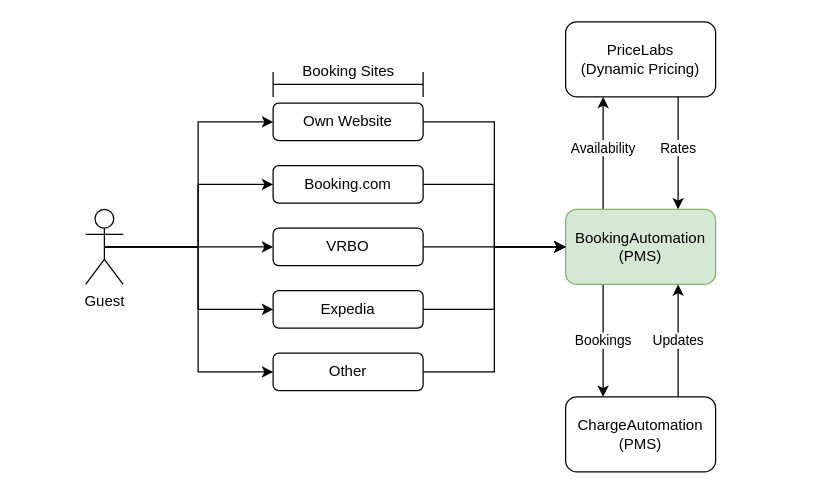
This is DriftwoodVilla.drawio from Carbon-Labs/Diagrams, a draw.io file, before an edit. Source tidied: cells renumbered, new cells numbered last; positions are measured from the earlier drawing's top-left corner, leaving out a move shared by most shapes. Both pictures are drawn from the tidied source at 125%, with x=0, y=0 at pixel (85, 21).
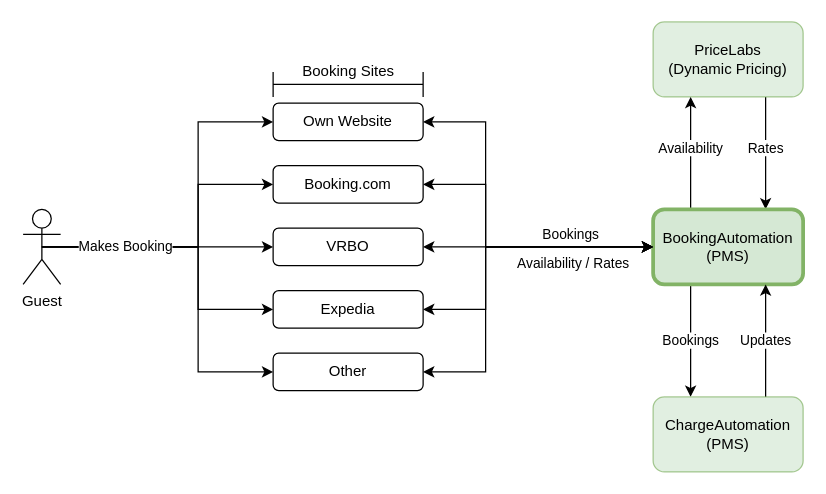
The same diagram, later.

Unchanged cells that the change refers to:
```xml
<mxCell id="12" value="Booking.com" style="rounded=1;whiteSpace=wrap;html=1;" parent="1" vertex="1">
  <mxGeometry x="150" y="115" width="120" height="30" as="geometry" />
</mxCell>
<mxCell id="14" value="VRBO" style="rounded=1;whiteSpace=wrap;html=1;" parent="1" vertex="1">
  <mxGeometry x="150" y="165" width="120" height="30" as="geometry" />
</mxCell>
<mxCell id="16" value="Own Website" style="rounded=1;whiteSpace=wrap;html=1;" parent="1" vertex="1">
  <mxGeometry x="150" y="65" width="120" height="30" as="geometry" />
</mxCell>
<mxCell id="18" value="Expedia" style="rounded=1;whiteSpace=wrap;html=1;" parent="1" vertex="1">
  <mxGeometry x="150" y="215" width="120" height="30" as="geometry" />
</mxCell>
<mxCell id="20" value="Other" style="rounded=1;whiteSpace=wrap;html=1;" parent="1" vertex="1">
  <mxGeometry x="150" y="265" width="120" height="30" as="geometry" />
</mxCell>
```

Change to the diagram source:
```diff
@@
-    <mxCell id="4" value="PriceLabs&lt;br&gt;(Dynamic Pricing)" style="rounded=1;whiteSpace=wrap;html=1;" parent="1" vertex="1">
-      <mxGeometry x="384" width="120" height="60" as="geometry" />
+    <mxCell id="4" value="PriceLabs&lt;br&gt;(Dynamic Pricing)" style="rounded=1;whiteSpace=wrap;html=1;fillColor=#d5e8d4;strokeColor=#82b366;opacity=70;" parent="1" vertex="1">
+      <mxGeometry x="454" width="120" height="60" as="geometry" />
     </mxCell>
@@
+    <mxCell id="29" style="edgeStyle=orthogonalEdgeStyle;rounded=0;jettySize=auto;html=1;exitX=0;exitY=0.5;exitDx=0;exitDy=0;entryX=1;entryY=0.5;entryDx=0;entryDy=0;startArrow=classic;startFill=1;" parent="1" edge="1" source="8" target="14">
+      <mxGeometry relative="1" as="geometry" />
+    </mxCell>
-    <mxCell id="8" value="BookingAutomation&lt;br&gt;(PMS)" style="rounded=1;whiteSpace=wrap;html=1;fillColor=#d5e8d4;strokeColor=#82b366;" parent="1" vertex="1">
-      <mxGeometry x="384" y="150" width="120" height="60" as="geometry" />
+    <mxCell id="8" value="BookingAutomation&lt;br&gt;(PMS)" style="rounded=1;whiteSpace=wrap;html=1;fillColor=#d5e8d4;strokeColor=#82b366;strokeWidth=3;" parent="1" vertex="1">
+      <mxGeometry x="454" y="150" width="120" height="60" as="geometry" />
     </mxCell>
@@
-    <mxCell id="10" value="ChargeAutomation&lt;br&gt;(PMS)" style="rounded=1;whiteSpace=wrap;html=1;" parent="1" vertex="1">
-      <mxGeometry x="384" y="300" width="120" height="60" as="geometry" />
+    <mxCell id="10" value="ChargeAutomation&lt;br&gt;(PMS)" style="rounded=1;whiteSpace=wrap;html=1;fillColor=#d5e8d4;strokeColor=#82b366;opacity=70;" parent="1" vertex="1">
+      <mxGeometry x="454" y="300" width="120" height="60" as="geometry" />
     </mxCell>
-    <mxCell id="11" style="edgeStyle=orthogonalEdgeStyle;rounded=0;jettySize=auto;html=1;exitX=1;exitY=0.5;exitDx=0;exitDy=0;entryX=0;entryY=0.5;entryDx=0;entryDy=0;" parent="1" edge="1" source="12" target="8">
-      <mxGeometry relative="1" as="geometry" />
+    <mxCell id="11" style="edgeStyle=orthogonalEdgeStyle;rounded=0;jettySize=auto;html=1;exitX=1;exitY=0.5;exitDx=0;exitDy=0;entryX=0;entryY=0.5;entryDx=0;entryDy=0;startArrow=classic;startFill=1;" parent="1" edge="1" source="12" target="8">
+      <mxGeometry relative="1" as="geometry">
+        <Array as="points">
+          <mxPoint x="320" y="130" />
+          <mxPoint x="320" y="180" />
+        </Array>
+      </mxGeometry>
     </mxCell>
@@
-    <mxCell id="13" style="edgeStyle=orthogonalEdgeStyle;rounded=0;jettySize=auto;html=1;exitX=1;exitY=0.5;exitDx=0;exitDy=0;entryX=0;entryY=0.5;entryDx=0;entryDy=0;" parent="1" edge="1" source="14" target="8">
+    <mxCell id="13" style="edgeStyle=orthogonalEdgeStyle;rounded=0;jettySize=auto;html=1;exitX=1;exitY=0.5;exitDx=0;exitDy=0;entryX=0;entryY=0.5;entryDx=0;entryDy=0;strokeColor=none;startArrow=classic;startFill=1;" parent="1" edge="1" source="14" target="8">
       <mxGeometry relative="1" as="geometry" />
     </mxCell>
@@
-    <mxCell id="15" style="edgeStyle=orthogonalEdgeStyle;rounded=0;jettySize=auto;html=1;exitX=1;exitY=0.5;exitDx=0;exitDy=0;entryX=0;entryY=0.5;entryDx=0;entryDy=0;" parent="1" edge="1" source="16" target="8">
-      <mxGeometry relative="1" as="geometry" />
+    <mxCell id="15" style="edgeStyle=orthogonalEdgeStyle;rounded=0;jettySize=auto;html=1;exitX=1;exitY=0.5;exitDx=0;exitDy=0;entryX=0;entryY=0.5;entryDx=0;entryDy=0;startArrow=classic;startFill=1;" parent="1" edge="1" source="16" target="8">
+      <mxGeometry relative="1" as="geometry">
+        <Array as="points">
+          <mxPoint x="320" y="80" />
+          <mxPoint x="320" y="180" />
+        </Array>
+      </mxGeometry>
     </mxCell>
@@
-    <mxCell id="17" style="edgeStyle=orthogonalEdgeStyle;rounded=0;jettySize=auto;html=1;exitX=1;exitY=0.5;exitDx=0;exitDy=0;entryX=0;entryY=0.5;entryDx=0;entryDy=0;" parent="1" edge="1" source="18" target="8">
-      <mxGeometry relative="1" as="geometry" />
+    <mxCell id="17" style="edgeStyle=orthogonalEdgeStyle;rounded=0;jettySize=auto;html=1;exitX=1;exitY=0.5;exitDx=0;exitDy=0;entryX=0;entryY=0.5;entryDx=0;entryDy=0;startArrow=classic;startFill=1;" parent="1" edge="1" source="18" target="8">
+      <mxGeometry relative="1" as="geometry">
+        <Array as="points">
+          <mxPoint x="320" y="230" />
+          <mxPoint x="320" y="180" />
+        </Array>
+      </mxGeometry>
     </mxCell>
@@
-    <mxCell id="19" style="edgeStyle=orthogonalEdgeStyle;rounded=0;jettySize=auto;html=1;exitX=1;exitY=0.5;exitDx=0;exitDy=0;entryX=0;entryY=0.5;entryDx=0;entryDy=0;" parent="1" edge="1" source="20" target="8">
-      <mxGeometry relative="1" as="geometry" />
+    <mxCell id="19" style="edgeStyle=orthogonalEdgeStyle;rounded=0;jettySize=auto;html=1;exitX=1;exitY=0.5;exitDx=0;exitDy=0;entryX=0;entryY=0.5;entryDx=0;entryDy=0;startArrow=classic;startFill=1;" parent="1" edge="1" source="20" target="8">
+      <mxGeometry relative="1" as="geometry">
+        <Array as="points">
+          <mxPoint x="320" y="280" />
+          <mxPoint x="320" y="180" />
+        </Array>
+      </mxGeometry>
     </mxCell>
+    <mxCell id="30" value="Bookings" style="edgeLabel;html=1;align=center;verticalAlign=middle;" parent="19" vertex="1">
+      <mxGeometry x="0.32" y="2" relative="1" as="geometry">
+        <mxPoint x="30" y="-9" as="offset" />
+      </mxGeometry>
+    </mxCell>
@@
     <mxCell id="21" style="edgeStyle=orthogonalEdgeStyle;rounded=0;jettySize=auto;html=1;exitX=0.5;exitY=0.5;exitDx=0;exitDy=0;exitPerimeter=0;entryX=0;entryY=0.5;entryDx=0;entryDy=0;" parent="1" edge="1" source="26" target="16">
-      <mxGeometry relative="1" as="geometry" />
+      <mxGeometry relative="1" as="geometry">
+        <Array as="points">
+          <mxPoint x="90" y="180" />
+          <mxPoint x="90" y="80" />
+        </Array>
+      </mxGeometry>
     </mxCell>
     <mxCell id="22" style="edgeStyle=orthogonalEdgeStyle;rounded=0;jettySize=auto;html=1;exitX=0.5;exitY=0.5;exitDx=0;exitDy=0;exitPerimeter=0;entryX=0;entryY=0.5;entryDx=0;entryDy=0;" parent="1" edge="1" source="26" target="12">
-      <mxGeometry relative="1" as="geometry" />
+      <mxGeometry relative="1" as="geometry">
+        <Array as="points">
+          <mxPoint x="90" y="180" />
+          <mxPoint x="90" y="130" />
+        </Array>
+      </mxGeometry>
     </mxCell>
@@
     <mxCell id="24" style="edgeStyle=orthogonalEdgeStyle;rounded=0;jettySize=auto;html=1;exitX=0.5;exitY=0.5;exitDx=0;exitDy=0;exitPerimeter=0;entryX=0;entryY=0.5;entryDx=0;entryDy=0;" parent="1" edge="1" source="26" target="18">
-      <mxGeometry relative="1" as="geometry" />
+      <mxGeometry relative="1" as="geometry">
+        <Array as="points">
+          <mxPoint x="90" y="180" />
+          <mxPoint x="90" y="230" />
+        </Array>
+      </mxGeometry>
     </mxCell>
     <mxCell id="25" style="edgeStyle=orthogonalEdgeStyle;rounded=0;jettySize=auto;html=1;exitX=0.5;exitY=0.5;exitDx=0;exitDy=0;exitPerimeter=0;entryX=0;entryY=0.5;entryDx=0;entryDy=0;" parent="1" edge="1" source="26" target="20">
-      <mxGeometry relative="1" as="geometry" />
+      <mxGeometry relative="1" as="geometry">
+        <Array as="points">
+          <mxPoint x="90" y="180" />
+          <mxPoint x="90" y="280" />
+        </Array>
+      </mxGeometry>
     </mxCell>
+    <mxCell id="31" value="Makes Booking" style="edgeLabel;html=1;align=center;verticalAlign=middle;" parent="25" vertex="1">
+      <mxGeometry x="-0.54" y="-2" relative="1" as="geometry">
+        <mxPoint y="-3" as="offset" />
+      </mxGeometry>
+    </mxCell>
     <mxCell id="26" value="Guest" style="shape=umlActor;verticalLabelPosition=bottom;verticalAlign=top;html=1;outlineConnect=0;" parent="1" vertex="1">
-      <mxGeometry y="150" width="30" height="60" as="geometry" />
+      <mxGeometry x="-50" y="150" width="30" height="60" as="geometry" />
     </mxCell>
@@
+    <mxCell id="32" value="Availability / Rates" style="edgeLabel;html=1;align=center;verticalAlign=middle;" parent="1" vertex="1">
+      <mxGeometry x="389" y="192" as="geometry" />
+    </mxCell>
```
